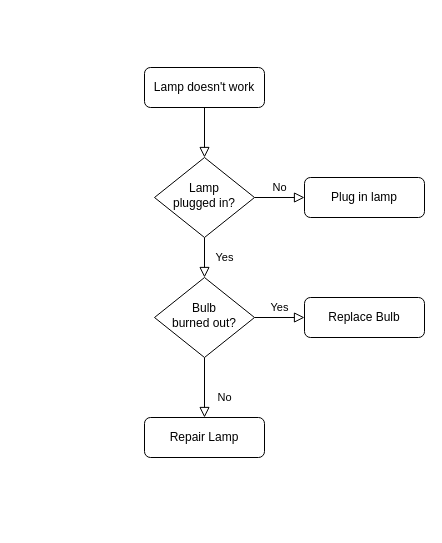
The draw.io diagram Diagramme sans nom.drawio in MOUSSA-info/holbertonschool-printf, before the edit. Source tidied: cells renumbered, new cells numbered last; positions are measured from the earlier drawing's top-left corner, leaving out a move shared by most shapes. Both pictures are drawn from the tidied source at 100%, with x=0, y=0 at pixel (144, 67).
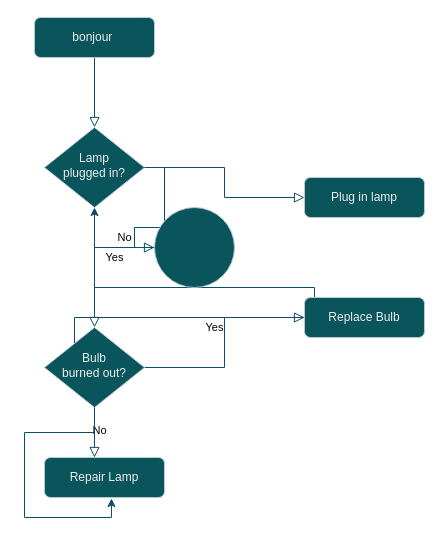
The same diagram, later.

Change to the diagram source:
```diff
@@
-    <mxCell id="2" style="rounded=0;html=1;jettySize=auto;fontSize=11;endArrow=block;endFill=0;endSize=8;strokeWidth=1;shadow=0;labelBackgroundColor=none;edgeStyle=orthogonalEdgeStyle;" parent="1" edge="1" source="3" target="6">
+    <mxCell id="2" style="rounded=0;html=1;jettySize=auto;fontSize=11;endArrow=block;endFill=0;endSize=8;strokeWidth=1;shadow=0;labelBackgroundColor=none;edgeStyle=orthogonalEdgeStyle;strokeColor=#0B4D6A;fontColor=default;" parent="1" edge="1" source="3" target="6">
       <mxGeometry relative="1" as="geometry" />
     </mxCell>
-    <mxCell id="3" value="Lamp doesn't work" style="rounded=1;whiteSpace=wrap;html=1;fontSize=12;glass=0;strokeWidth=1;shadow=0;" parent="1" vertex="1">
-      <mxGeometry width="120" height="40" as="geometry" />
+    <mxCell id="3" value="bonjour&amp;nbsp;" style="rounded=1;whiteSpace=wrap;html=1;fontSize=12;glass=0;strokeWidth=1;shadow=0;fillColor=#09555B;strokeColor=#BAC8D3;labelBackgroundColor=none;fontColor=#EEEEEE;" parent="1" vertex="1">
+      <mxGeometry x="-110" y="-50" width="120" height="40" as="geometry" />
     </mxCell>
-    <mxCell id="4" value="Yes" style="rounded=0;html=1;jettySize=auto;fontSize=11;endArrow=block;endFill=0;endSize=8;strokeWidth=1;shadow=0;labelBackgroundColor=none;edgeStyle=orthogonalEdgeStyle;" parent="1" edge="1" source="6" target="10">
+    <mxCell id="4" value="Yes" style="rounded=0;html=1;jettySize=auto;fontSize=11;endArrow=block;endFill=0;endSize=8;strokeWidth=1;shadow=0;labelBackgroundColor=none;edgeStyle=orthogonalEdgeStyle;strokeColor=#0B4D6A;fontColor=default;" parent="1" edge="1" source="15" target="10">
       <mxGeometry y="20" relative="1" as="geometry" />
     </mxCell>
-    <mxCell id="5" value="No" style="edgeStyle=orthogonalEdgeStyle;rounded=0;html=1;jettySize=auto;fontSize=11;endArrow=block;endFill=0;endSize=8;strokeWidth=1;shadow=0;labelBackgroundColor=none;" parent="1" edge="1" source="6" target="7">
-      <mxGeometry y="10" relative="1" as="geometry" />
+    <mxCell id="5" value="No" style="edgeStyle=orthogonalEdgeStyle;rounded=0;html=1;jettySize=auto;fontSize=11;endArrow=block;endFill=0;endSize=8;strokeWidth=1;shadow=0;labelBackgroundColor=none;strokeColor=#0B4D6A;fontColor=default;" parent="1" edge="1" source="6" target="7">
+      <mxGeometry x="-1" y="-73" relative="1" as="geometry">
+        <mxPoint x="-20" y="-3" as="offset" />
+      </mxGeometry>
     </mxCell>
-    <mxCell id="6" value="Lamp&lt;br&gt;plugged in?" style="rhombus;whiteSpace=wrap;html=1;shadow=0;fontFamily=Helvetica;fontSize=12;align=center;strokeWidth=1;spacing=6;spacingTop=-4;" parent="1" vertex="1">
-      <mxGeometry x="10" y="90" width="100" height="80" as="geometry" />
+    <mxCell id="6" value="Lamp&lt;br&gt;plugged in?" style="rhombus;whiteSpace=wrap;html=1;shadow=0;fontFamily=Helvetica;fontSize=12;align=center;strokeWidth=1;spacing=6;spacingTop=-4;fillColor=#09555B;fontColor=#EEEEEE;strokeColor=#BAC8D3;labelBackgroundColor=none;" parent="1" vertex="1">
+      <mxGeometry x="-100" y="60" width="100" height="80" as="geometry" />
     </mxCell>
-    <mxCell id="7" value="Plug in lamp" style="rounded=1;whiteSpace=wrap;html=1;fontSize=12;glass=0;strokeWidth=1;shadow=0;" parent="1" vertex="1">
+    <mxCell id="7" value="Plug in lamp" style="rounded=1;whiteSpace=wrap;html=1;fontSize=12;glass=0;strokeWidth=1;shadow=0;fillColor=#09555B;strokeColor=#BAC8D3;labelBackgroundColor=none;fontColor=#EEEEEE;" parent="1" vertex="1">
       <mxGeometry x="160" y="110" width="120" height="40" as="geometry" />
     </mxCell>
-    <mxCell id="8" value="No" style="rounded=0;html=1;jettySize=auto;fontSize=11;endArrow=block;endFill=0;endSize=8;strokeWidth=1;shadow=0;labelBackgroundColor=none;edgeStyle=orthogonalEdgeStyle;" parent="1" edge="1" source="10" target="11">
-      <mxGeometry x="0.33" y="20" relative="1" as="geometry" />
+    <mxCell id="8" value="No" style="rounded=0;html=1;jettySize=auto;fontSize=11;endArrow=block;endFill=0;endSize=8;strokeWidth=1;shadow=0;labelBackgroundColor=none;edgeStyle=orthogonalEdgeStyle;strokeColor=#0B4D6A;fontColor=default;" parent="1" edge="1" source="10" target="11">
+      <mxGeometry x="-0.07" y="5" relative="1" as="geometry">
+        <Array as="points">
+          <mxPoint x="-40" y="390" />
+        </Array>
+      </mxGeometry>
     </mxCell>
-    <mxCell id="9" value="Yes" style="edgeStyle=orthogonalEdgeStyle;rounded=0;html=1;jettySize=auto;fontSize=11;endArrow=block;endFill=0;endSize=8;strokeWidth=1;shadow=0;labelBackgroundColor=none;" parent="1" edge="1" source="10" target="12">
-      <mxGeometry y="10" relative="1" as="geometry" />
+    <mxCell id="9" value="Yes" style="edgeStyle=orthogonalEdgeStyle;rounded=0;html=1;jettySize=auto;fontSize=11;endArrow=block;endFill=0;endSize=8;strokeWidth=1;shadow=0;labelBackgroundColor=none;strokeColor=#0B4D6A;fontColor=default;" parent="1" edge="1" source="10" target="12">
+      <mxGeometry x="0.14" y="10" relative="1" as="geometry" />
     </mxCell>
+    <mxCell id="13" style="edgeStyle=orthogonalEdgeStyle;rounded=0;jettySize=auto;html=1;labelBackgroundColor=none;strokeColor=#0B4D6A;fontColor=default;" parent="1" edge="1" source="10" target="6">
+      <mxGeometry relative="1" as="geometry">
+        <Array as="points">
+          <mxPoint x="-70" y="250" />
+          <mxPoint x="170" y="250" />
+          <mxPoint x="170" y="220" />
+          <mxPoint x="-50" y="220" />
+        </Array>
+      </mxGeometry>
+    </mxCell>
-    <mxCell id="10" value="Bulb&lt;br&gt;burned out?" style="rhombus;whiteSpace=wrap;html=1;shadow=0;fontFamily=Helvetica;fontSize=12;align=center;strokeWidth=1;spacing=6;spacingTop=-4;" parent="1" vertex="1">
-      <mxGeometry x="10" y="210" width="100" height="80" as="geometry" />
+    <mxCell id="10" value="Bulb&lt;br&gt;burned out?" style="rhombus;whiteSpace=wrap;html=1;shadow=0;fontFamily=Helvetica;fontSize=12;align=center;strokeWidth=1;spacing=6;spacingTop=-4;fillColor=#09555B;fontColor=#EEEEEE;strokeColor=#BAC8D3;labelBackgroundColor=none;" parent="1" vertex="1">
+      <mxGeometry x="-100" y="260" width="100" height="80" as="geometry" />
     </mxCell>
-    <mxCell id="11" value="Repair Lamp" style="rounded=1;whiteSpace=wrap;html=1;fontSize=12;glass=0;strokeWidth=1;shadow=0;" parent="1" vertex="1">
-      <mxGeometry y="350" width="120" height="40" as="geometry" />
+    <mxCell id="11" value="Repair Lamp" style="rounded=1;whiteSpace=wrap;html=1;fontSize=12;glass=0;strokeWidth=1;shadow=0;fillColor=#09555B;fontColor=#EEEEEE;strokeColor=#BAC8D3;labelBackgroundColor=none;" parent="1" vertex="1">
+      <mxGeometry x="-100" y="390" width="120" height="40" as="geometry" />
     </mxCell>
-    <mxCell id="12" value="Replace Bulb" style="rounded=1;whiteSpace=wrap;html=1;fontSize=12;glass=0;strokeWidth=1;shadow=0;" parent="1" vertex="1">
+    <mxCell id="12" value="Replace Bulb" style="rounded=1;whiteSpace=wrap;html=1;fontSize=12;glass=0;strokeWidth=1;shadow=0;fillColor=#09555B;fontColor=#EEEEEE;strokeColor=#BAC8D3;labelBackgroundColor=none;" parent="1" vertex="1">
       <mxGeometry x="160" y="230" width="120" height="40" as="geometry" />
     </mxCell>
+    <mxCell id="14" style="rounded=0;html=1;jettySize=auto;fontSize=11;endArrow=block;endFill=0;endSize=8;strokeWidth=1;shadow=0;labelBackgroundColor=none;edgeStyle=orthogonalEdgeStyle;strokeColor=#0B4D6A;fontColor=default;" parent="1" edge="1" source="6" target="15">
+      <mxGeometry y="20" relative="1" as="geometry" />
+    </mxCell>
+    <mxCell id="15" style="ellipse;whiteSpace=wrap;html=1;fillColor=#09555B;strokeColor=#BAC8D3;labelBackgroundColor=none;fontColor=#EEEEEE;" parent="1" vertex="1">
+      <mxGeometry x="10" y="140" width="80" height="80" as="geometry" />
+    </mxCell>
+    <mxCell id="16" style="edgeStyle=orthogonalEdgeStyle;rounded=0;jettySize=auto;html=1;exitX=0.5;exitY=1;exitDx=0;exitDy=0;entryX=0.558;entryY=1.025;entryDx=0;entryDy=0;entryPerimeter=0;labelBackgroundColor=none;strokeColor=#0B4D6A;fontColor=default;" parent="1" edge="1" source="10" target="11">
+      <mxGeometry relative="1" as="geometry" />
+    </mxCell>
```
